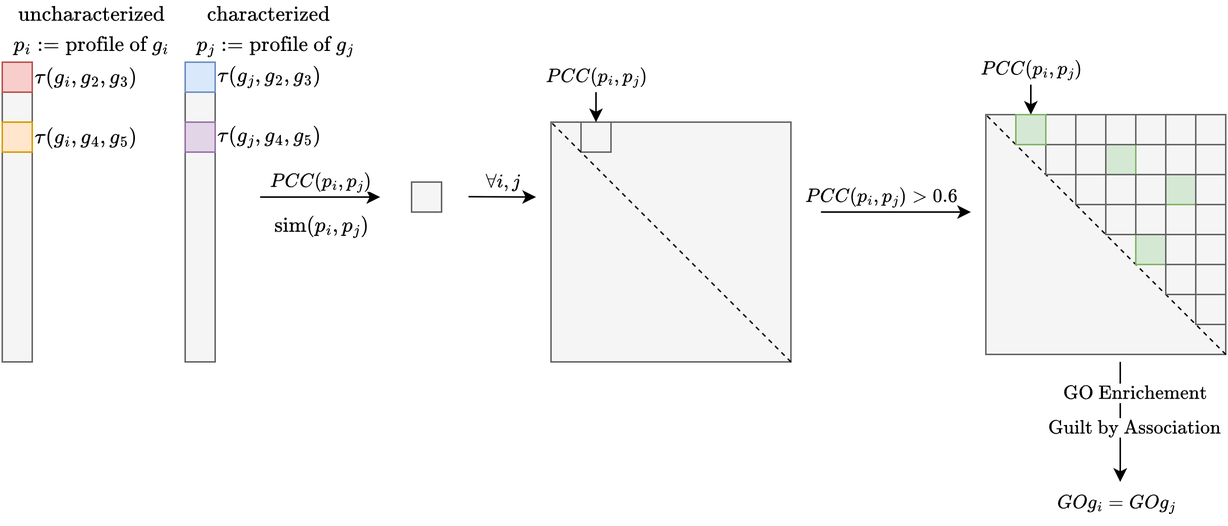
The draw.io diagram notes/assets/drawio/uncharacterized-genes-profile-enricment.drawio.png in Mjvolk3/torchcell, before a commit. Source tidied: cells renumbered, new cells last; positions are measured from the earlier drawing's top-left corner, leaving out a move shared by most shapes.
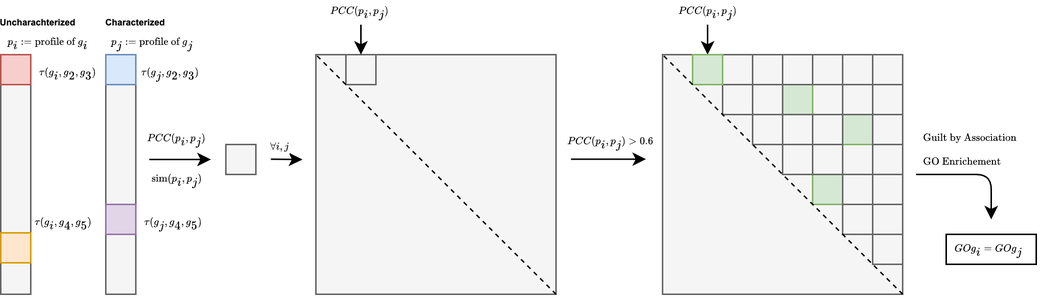
Above is the later version.

What changed in the source:
```diff
@@ -2,82 +2,87 @@
   <root>
     <mxCell id="0" />
     <mxCell id="1" parent="0" />
+    <mxCell id="61" value="&lt;span style=&quot;color: rgb(0, 0, 0); font-style: normal; font-variant-ligatures: normal; font-variant-caps: normal; font-weight: 400; letter-spacing: normal; orphans: 2; text-align: center; text-indent: 0px; text-transform: none; widows: 2; word-spacing: 0px; -webkit-text-stroke-width: 0px; white-space: nowrap; background-color: rgb(255, 255, 255); text-decoration-thickness: initial; text-decoration-style: initial; text-decoration-color: initial; float: none; display: inline !important;&quot;&gt;&lt;font style=&quot;font-size: 6px;&quot; face=&quot;Arial&quot;&gt;\(\text{Guilt by Association}\)&lt;/font&gt;&lt;/span&gt;" style="text;whiteSpace=wrap;html=1;" parent="1" vertex="1">
+      <mxGeometry x="829" y="116" width="70" height="20" as="geometry" />
+    </mxCell>
+    <mxCell id="7" value="&lt;font face=&quot;Arial&quot; style=&quot;font-size: 6px;&quot;&gt;&amp;nbsp;\(p_i:=\text{profile of }g_i\)&lt;/font&gt;" style="rounded=0;whiteSpace=wrap;html=1;strokeColor=none;" parent="1" vertex="1">
+      <mxGeometry x="217" y="56" width="60" height="20" as="geometry" />
+    </mxCell>
+    <mxCell id="13" value="&lt;font face=&quot;Arial&quot; style=&quot;font-size: 6px;&quot;&gt;&amp;nbsp;\(p_j := \text{profile of }g_j\)&lt;/font&gt;" style="rounded=0;whiteSpace=wrap;html=1;strokeColor=none;" parent="1" vertex="1">
+      <mxGeometry x="286" y="56" width="60" height="20" as="geometry" />
+    </mxCell>
+    <mxCell id="17" value="&lt;font style=&quot;font-size: 6px;&quot; face=&quot;Arial&quot;&gt;&amp;nbsp;\(\text{sim}(p_i, p_j) \)&lt;/font&gt;" style="rounded=0;whiteSpace=wrap;html=1;strokeColor=none;" parent="1" vertex="1">
+      <mxGeometry x="313" y="152" width="40" height="10" as="geometry" />
+    </mxCell>
+    <mxCell id="10" value="&lt;font style=&quot;font-size: 6px;&quot; face=&quot;Arial&quot;&gt;\(\tau(g_j, g_2, g_3)\)&lt;/font&gt;" style="rounded=0;whiteSpace=wrap;html=1;strokeColor=none;" parent="1" vertex="1">
+      <mxGeometry x="306" y="76" width="46" height="20" as="geometry" />
+    </mxCell>
+    <mxCell id="12" value="&lt;font face=&quot;Arial&quot; style=&quot;font-size: 6px;&quot;&gt;\(\tau(g_j, g_4, g_5)\)&lt;/font&gt;" style="rounded=0;whiteSpace=wrap;html=1;strokeColor=none;" parent="1" vertex="1">
+      <mxGeometry x="306" y="176" width="50" height="20" as="geometry" />
+    </mxCell>
+    <mxCell id="4" value="&lt;font face=&quot;Arial&quot; style=&quot;font-size: 6px;&quot;&gt;\(\tau(g_i, g_2, g_3)\)&lt;/font&gt;" style="rounded=0;whiteSpace=wrap;html=1;strokeColor=none;" parent="1" vertex="1">
+      <mxGeometry x="236" y="76" width="50" height="20" as="geometry" />
+    </mxCell>
+    <mxCell id="6" value="&lt;font face=&quot;Arial&quot; style=&quot;font-size: 6px;&quot;&gt;\(\tau(g_i, g_4, g_5)\)&lt;/font&gt;" style="rounded=0;whiteSpace=wrap;html=1;strokeColor=none;" parent="1" vertex="1">
+      <mxGeometry x="236" y="176" width="44" height="20" as="geometry" />
+    </mxCell>
-    <mxCell id="2" style="rounded=0;whiteSpace=wrap;html=1;fillColor=#f5f5f5;strokeColor=#666666;fontColor=#333333;" parent="1" vertex="1">
-      <mxGeometry x="1" y="41" width="20" height="200" as="geometry" />
+    <mxCell id="2" style="rounded=0;whiteSpace=wrap;html=1;fillColor=#f5f5f5;strokeColor=#666666;fontColor=#333333;gradientColor=none;" parent="1" vertex="1">
+      <mxGeometry x="216" y="76" width="20" height="160" as="geometry" />
     </mxCell>
     <mxCell id="3" style="rounded=0;whiteSpace=wrap;html=1;fillColor=#f8cecc;strokeColor=#b85450;" parent="1" vertex="1">
-      <mxGeometry x="1" y="41" width="20" height="20" as="geometry" />
+      <mxGeometry x="216" y="76" width="20" height="20" as="geometry" />
     </mxCell>
-    <mxCell id="4" value="\(\tau(g_i, g_2, g_3)\)" style="rounded=0;whiteSpace=wrap;html=1;strokeColor=none;" parent="1" vertex="1">
-      <mxGeometry x="24" y="41" width="67" height="20" as="geometry" />
-    </mxCell>
     <mxCell id="5" style="rounded=0;whiteSpace=wrap;html=1;fillColor=#ffe6cc;strokeColor=#d79b00;" parent="1" vertex="1">
-      <mxGeometry x="1" y="81" width="20" height="20" as="geometry" />
+      <mxGeometry x="216" y="195" width="20" height="20" as="geometry" />
     </mxCell>
-    <mxCell id="6" value="\(\tau(g_i, g_4, g_5)\)" style="rounded=0;whiteSpace=wrap;html=1;strokeColor=none;" parent="1" vertex="1">
-      <mxGeometry x="24" y="81" width="67" height="20" as="geometry" />
-    </mxCell>
-    <mxCell id="7" value="&amp;nbsp;\(p_i:=\text{profile of }g_i\)" style="rounded=0;whiteSpace=wrap;html=1;strokeColor=none;" parent="1" vertex="1">
-      <mxGeometry y="20" width="119" height="20" as="geometry" />
-    </mxCell>
     <mxCell id="8" style="rounded=0;whiteSpace=wrap;html=1;fillColor=#f5f5f5;strokeColor=#666666;fontColor=#333333;" parent="1" vertex="1">
-      <mxGeometry x="123" y="41" width="20" height="200" as="geometry" />
+      <mxGeometry x="286" y="76" width="20" height="160" as="geometry" />
     </mxCell>
     <mxCell id="9" style="rounded=0;whiteSpace=wrap;html=1;fillColor=#dae8fc;strokeColor=#6c8ebf;" parent="1" vertex="1">
-      <mxGeometry x="123" y="41" width="20" height="20" as="geometry" />
+      <mxGeometry x="286" y="76" width="20" height="20" as="geometry" />
     </mxCell>
-    <mxCell id="10" value="\(\tau(g_j, g_2, g_3)\)" style="rounded=0;whiteSpace=wrap;html=1;strokeColor=none;" parent="1" vertex="1">
-      <mxGeometry x="146" y="41" width="67" height="20" as="geometry" />
-    </mxCell>
     <mxCell id="11" style="rounded=0;whiteSpace=wrap;html=1;fillColor=#e1d5e7;strokeColor=#9673a6;" parent="1" vertex="1">
-      <mxGeometry x="123" y="81" width="20" height="20" as="geometry" />
+      <mxGeometry x="286" y="176" width="20" height="20" as="geometry" />
     </mxCell>
-    <mxCell id="12" value="\(\tau(g_j, g_4, g_5)\)" style="rounded=0;whiteSpace=wrap;html=1;strokeColor=none;" parent="1" vertex="1">
-      <mxGeometry x="146" y="81" width="67" height="20" as="geometry" />
-    </mxCell>
-    <mxCell id="13" value="&amp;nbsp;\(p_j := \text{profile of }g_j\)" style="rounded=0;whiteSpace=wrap;html=1;strokeColor=none;" parent="1" vertex="1">
-      <mxGeometry x="122" y="20" width="120" height="20" as="geometry" />
-    </mxCell>
     <mxCell id="14" style="endArrow=classic;html=1;" parent="1" edge="1">
       <mxGeometry relative="1" as="geometry">
-        <mxPoint x="173" y="131" as="sourcePoint" />
-        <mxPoint x="253" y="131" as="targetPoint" />
+        <mxPoint x="315" y="146" as="sourcePoint" />
+        <mxPoint x="356" y="146" as="targetPoint" />
       </mxGeometry>
     </mxCell>
-    <mxCell id="15" value="\(PCC(p_i, p_j)\)" style="edgeLabel;html=1;align=center;verticalAlign=middle;" parent="14" vertex="1">
+    <mxCell id="15" value="&lt;font face=&quot;Arial&quot; style=&quot;font-size: 6px;&quot;&gt;\(PCC(p_i, p_j)\)&lt;/font&gt;" style="edgeLabel;html=1;align=center;verticalAlign=middle;" parent="14" vertex="1">
       <mxGeometry x="-0.08" y="1" relative="1" as="geometry">
-        <mxPoint x="2" y="-9" as="offset" />
+        <mxPoint x="-2" y="-14" as="offset" />
       </mxGeometry>
     </mxCell>
     <mxCell id="16" style="rounded=0;whiteSpace=wrap;html=1;fillColor=#f5f5f5;strokeColor=#666666;fontColor=#333333;" parent="1" vertex="1">
-      <mxGeometry x="274" y="121" width="20" height="20" as="geometry" />
+      <mxGeometry x="366" y="136" width="20" height="20" as="geometry" />
     </mxCell>
-    <mxCell id="17" value="&amp;nbsp;\(\text{sim}(p_i, p_j) \)" style="rounded=0;whiteSpace=wrap;html=1;strokeColor=none;" parent="1" vertex="1">
-      <mxGeometry x="173" y="141" width="80" height="20" as="geometry" />
-    </mxCell>
     <mxCell id="18" style="endArrow=classic;html=1;" parent="1" edge="1">
       <mxGeometry relative="1" as="geometry">
-        <mxPoint x="312" y="130.7" as="sourcePoint" />
-        <mxPoint x="357" y="131" as="targetPoint" />
+        <mxPoint x="396" y="145.8" as="sourcePoint" />
+        <mxPoint x="417" y="146" as="targetPoint" />
       </mxGeometry>
     </mxCell>
-    <mxCell id="19" value="\(\forall i, j\)" style="edgeLabel;html=1;align=center;verticalAlign=middle;" parent="18" vertex="1">
+    <mxCell id="19" value="&lt;font style=&quot;font-size: 6px;&quot; face=&quot;Arial&quot;&gt;\(\forall i, j\)&lt;/font&gt;" style="edgeLabel;html=1;align=center;verticalAlign=middle;" parent="18" vertex="1">
       <mxGeometry x="-0.08" y="1" relative="1" as="geometry">
-        <mxPoint x="2" y="-9" as="offset" />
+        <mxPoint x="-4" y="-9" as="offset" />
       </mxGeometry>
     </mxCell>
     <mxCell id="20" style="rounded=0;whiteSpace=wrap;html=1;fillColor=#f5f5f5;strokeColor=#666666;fontColor=#333333;" parent="1" vertex="1">
-      <mxGeometry x="367" y="81" width="160" height="160" as="geometry" />
+      <mxGeometry x="426" y="76" width="160" height="160" as="geometry" />
     </mxCell>
     <mxCell id="21" style="rounded=0;whiteSpace=wrap;html=1;fillColor=#f5f5f5;strokeColor=#666666;fontColor=#333333;" parent="1" vertex="1">
-      <mxGeometry x="387" y="81" width="20" height="20" as="geometry" />
+      <mxGeometry x="446" y="76" width="20" height="20" as="geometry" />
     </mxCell>
-    <mxCell id="22" value="\(PCC(p_i, p_j)\)" style="edgeLabel;html=1;align=center;verticalAlign=middle;" parent="1" vertex="1">
-      <mxGeometry x="397" y="51" as="geometry" />
+    <mxCell id="22" value="&lt;font face=&quot;Arial&quot; style=&quot;font-size: 6px;&quot;&gt;\(PCC(p_i, p_j)\)&lt;/font&gt;" style="edgeLabel;html=1;align=center;verticalAlign=middle;" parent="1" vertex="1">
+      <mxGeometry x="456" y="46" as="geometry">
+        <mxPoint x="-1" as="offset" />
+      </mxGeometry>
     </mxCell>
     <mxCell id="23" style="endArrow=classic;html=1;" parent="1" edge="1" target="21">
       <mxGeometry relative="1" as="geometry">
-        <mxPoint x="397" y="61" as="sourcePoint" />
+        <mxPoint x="456" y="56" as="sourcePoint" />
       </mxGeometry>
     </mxCell>
     <mxCell id="24" style="endArrow=none;dashed=1;html=1;entryX=0;entryY=0;entryDx=0;entryDy=0;exitX=1;exitY=1;exitDx=0;exitDy=0;" parent="1" edge="1" source="20" target="20">
@@ -85,19 +90,19 @@
     </mxCell>
     <mxCell id="25" style="endArrow=classic;html=1;" parent="1" edge="1">
       <mxGeometry relative="1" as="geometry">
-        <mxPoint x="547" y="141" as="sourcePoint" />
-        <mxPoint x="647" y="141" as="targetPoint" />
+        <mxPoint x="596" y="145.8" as="sourcePoint" />
+        <mxPoint x="646" y="145.8" as="targetPoint" />
       </mxGeometry>
     </mxCell>
-    <mxCell id="26" value="\(PCC(p_i, p_j) &amp;gt; 0.6\)" style="edgeLabel;html=1;align=center;verticalAlign=middle;" parent="25" vertex="1">
+    <mxCell id="26" value="&lt;font style=&quot;font-size: 6px;&quot; face=&quot;Arial&quot;&gt;\(PCC(p_i, p_j) &amp;gt; 0.6\)&lt;/font&gt;" style="edgeLabel;html=1;align=center;verticalAlign=middle;" parent="25" vertex="1">
       <mxGeometry x="-0.08" y="1" relative="1" as="geometry">
-        <mxPoint x="-6" y="-9" as="offset" />
+        <mxPoint x="2" y="-12" as="offset" />
       </mxGeometry>
     </mxCell>
     <mxCell id="27" style="rounded=0;whiteSpace=wrap;html=1;fillColor=#f5f5f5;strokeColor=#666666;fontColor=#333333;" parent="1" vertex="1">
       <mxGeometry x="657" y="76" width="160" height="160" as="geometry" />
     </mxCell>
-    <mxCell id="28" value="\(PCC(p_i, p_j)\)" style="edgeLabel;html=1;align=center;verticalAlign=middle;" parent="1" vertex="1">
+    <mxCell id="28" value="&lt;font style=&quot;font-size: 6px;&quot; face=&quot;Arial&quot;&gt;\(PCC(p_i, p_j)\)&lt;/font&gt;" style="edgeLabel;html=1;align=center;verticalAlign=middle;" parent="1" vertex="1">
       <mxGeometry x="687" y="46" as="geometry" />
     </mxCell>
     <mxCell id="29" style="endArrow=classic;html=1;" parent="1" edge="1" target="63">
@@ -105,9 +110,6 @@
         <mxPoint x="687" y="56" as="sourcePoint" />
       </mxGeometry>
     </mxCell>
-    <mxCell id="30" style="endArrow=none;dashed=1;html=1;entryX=0;entryY=0;entryDx=0;entryDy=0;exitX=1;exitY=1;exitDx=0;exitDy=0;" parent="1" edge="1" source="27" target="27">
-      <mxGeometry relative="1" as="geometry" />
-    </mxCell>
     <mxCell id="31" style="rounded=0;whiteSpace=wrap;html=1;fillColor=#f5f5f5;strokeColor=#666666;fontColor=#333333;" parent="1" vertex="1">
       <mxGeometry x="697" y="96" width="20" height="20" as="geometry" />
     </mxCell>
@@ -194,29 +196,38 @@
     </mxCell>
     <mxCell id="59" style="endArrow=classic;html=1;" parent="1" edge="1">
       <mxGeometry relative="1" as="geometry">
-        <mxPoint x="746.6" y="241" as="sourcePoint" />
-        <mxPoint x="746.6" y="321" as="targetPoint" />
+        <mxPoint x="826" y="156" as="sourcePoint" />
+        <mxPoint x="876" y="186" as="targetPoint" />
+        <Array as="points">
+          <mxPoint x="876" y="156" />
+        </Array>
       </mxGeometry>
     </mxCell>
-    <mxCell id="60" value="\(\text{GO Enrichement}\)" style="edgeLabel;html=1;align=center;verticalAlign=middle;" parent="59" vertex="1">
+    <mxCell id="60" value="&lt;font style=&quot;font-size: 6px;&quot; face=&quot;Arial&quot;&gt;\(\text{GO Enrichement}\)&lt;/font&gt;" style="edgeLabel;html=1;align=center;verticalAlign=middle;" parent="59" vertex="1">
       <mxGeometry x="-0.08" y="1" relative="1" as="geometry">
-        <mxPoint x="9" y="-17" as="offset" />
+        <mxPoint x="-7" y="-9" as="offset" />
       </mxGeometry>
     </mxCell>
-    <mxCell id="61" value="&lt;span style=&quot;color: rgb(0, 0, 0); font-family: Helvetica; font-size: 11px; font-style: normal; font-variant-ligatures: normal; font-variant-caps: normal; font-weight: 400; letter-spacing: normal; orphans: 2; text-align: center; text-indent: 0px; text-transform: none; widows: 2; word-spacing: 0px; -webkit-text-stroke-width: 0px; white-space: nowrap; background-color: rgb(255, 255, 255); text-decoration-thickness: initial; text-decoration-style: initial; text-decoration-color: initial; float: none; display: inline !important;&quot;&gt;\(\text{Guilt by Association}\)&lt;/span&gt;" style="text;whiteSpace=wrap;html=1;" parent="1" vertex="1">
-      <mxGeometry x="697" y="271" width="120" height="30" as="geometry" />
-    </mxCell>
-    <mxCell id="62" value="&lt;span style=&quot;color: rgb(0, 0, 0); font-family: Helvetica; font-size: 11px; font-style: normal; font-variant-ligatures: normal; font-variant-caps: normal; font-weight: 400; letter-spacing: normal; orphans: 2; text-align: center; text-indent: 0px; text-transform: none; widows: 2; word-spacing: 0px; -webkit-text-stroke-width: 0px; white-space: nowrap; background-color: rgb(255, 255, 255); text-decoration-thickness: initial; text-decoration-style: initial; text-decoration-color: initial; float: none; display: inline !important;&quot;&gt;\(GO{g_i} = GO{g_j}\)&lt;/span&gt;" style="text;whiteSpace=wrap;html=1;" parent="1" vertex="1">
-      <mxGeometry x="703" y="321" width="88" height="30" as="geometry" />
-    </mxCell>
     <mxCell id="63" style="rounded=0;whiteSpace=wrap;html=1;fillColor=#d5e8d4;strokeColor=#82b366;" parent="1" vertex="1">
       <mxGeometry x="677" y="76" width="20" height="20" as="geometry" />
     </mxCell>
-    <mxCell id="64" value="\(\text{uncharacterized}\)" style="rounded=0;whiteSpace=wrap;html=1;strokeColor=none;" parent="1" vertex="1">
-      <mxGeometry x="1" width="119" height="20" as="geometry" />
+    <mxCell id="64" value="&lt;font style=&quot;font-size: 6px;&quot; face=&quot;Arial&quot;&gt;&lt;b&gt;Uncharachterized&lt;/b&gt;&lt;/font&gt;" style="rounded=0;whiteSpace=wrap;html=1;strokeColor=none;" parent="1" vertex="1">
+      <mxGeometry x="216" y="46" width="50" height="14.8" as="geometry" />
     </mxCell>
-    <mxCell id="65" value="\(\text{characterized}\)" style="rounded=0;whiteSpace=wrap;html=1;strokeColor=none;" parent="1" vertex="1">
-      <mxGeometry x="120" width="119" height="20" as="geometry" />
+    <mxCell id="65" value="&lt;font style=&quot;font-size: 6px;&quot; face=&quot;Arial&quot;&gt;&lt;b style=&quot;&quot;&gt;Characterized&lt;/b&gt;&lt;/font&gt;" style="rounded=0;whiteSpace=wrap;html=1;strokeColor=none;" parent="1" vertex="1">
+      <mxGeometry x="286" y="48.4" width="40" height="10" as="geometry" />
     </mxCell>
+    <mxCell id="30" style="endArrow=none;dashed=1;html=1;entryX=0;entryY=0;entryDx=0;entryDy=0;exitX=1;exitY=1;exitDx=0;exitDy=0;" parent="1" edge="1" source="27" target="27">
+      <mxGeometry relative="1" as="geometry" />
+    </mxCell>
+    <mxCell id="66" style="group;" parent="1" vertex="1">
+      <mxGeometry x="846" y="190" width="66.3" height="28" as="geometry" />
+    </mxCell>
+    <mxCell id="67" style="rounded=0;whiteSpace=wrap;html=1;fillColor=none;" parent="66" vertex="1">
+      <mxGeometry y="6" width="60" height="20" as="geometry" />
+    </mxCell>
+    <mxCell id="62" value="&lt;span style=&quot;color: rgb(0, 0, 0); font-style: normal; font-variant-ligatures: normal; font-variant-caps: normal; font-weight: 400; letter-spacing: normal; orphans: 2; text-align: center; text-indent: 0px; text-transform: none; widows: 2; word-spacing: 0px; -webkit-text-stroke-width: 0px; white-space: nowrap; background-color: rgb(255, 255, 255); text-decoration-thickness: initial; text-decoration-style: initial; text-decoration-color: initial; float: none; display: inline !important;&quot;&gt;&lt;font style=&quot;font-size: 6px;&quot; face=&quot;Arial&quot;&gt;\(GO{g_i} = GO{g_j}\)&lt;/font&gt;&lt;/span&gt;" style="text;whiteSpace=wrap;html=1;" parent="66" vertex="1">
+      <mxGeometry x="4" width="62.3" height="28" as="geometry" />
+    </mxCell>
   </root>
 </mxGraphModel>
```
